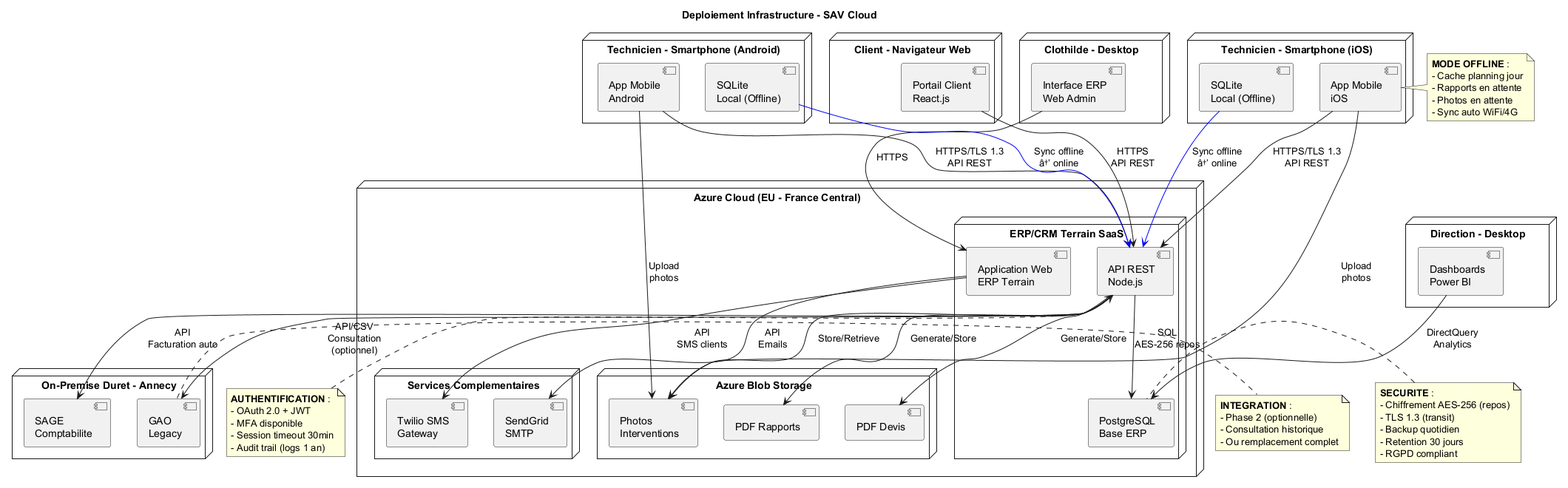
Before: Maintenance-Technique/uml/Deployment_Infrastructure.png, a diagram exported from PlantUML (JordanSerafini/Audit_Duret). Source of this version:
```plantuml
@startuml Deployment_Infrastructure

title Deploiement Infrastructure - SAV Cloud

node "Azure Cloud (EU - France Central)" {

  node "ERP/CRM Terrain SaaS" {
    component [Application Web\nERP Terrain] as ERPApp
    component [API REST\nNode.js] as API
    database [PostgreSQL\nBase ERP] as DBSQL
  }

  node "Azure Blob Storage" {
    storage [Photos\nInterventions] as BlobPhotos
    storage [PDF Rapports] as BlobPDF
    storage [PDF Devis] as BlobDevis
  }

  node "Services Complementaires" {
    component [Twilio SMS\nGateway] as Twilio
    component [SendGrid\nSMTP] as SendGrid
  }
}

node "Technicien - Smartphone (iOS)" {
  component [App Mobile\niOS] as AppIOS
  database [SQLite\nLocal (Offline)] as SQLiteIOS
}

node "Technicien - Smartphone (Android)" {
  component [App Mobile\nAndroid] as AppAndroid
  database [SQLite\nLocal (Offline)] as SQLiteAndroid
}

node "Client - Navigateur Web" {
  component [Portail Client\nReact.js] as PortailBrowser
}

node "Clothilde - Desktop" {
  component [Interface ERP\nWeb Admin] as AdminWeb
}

node "Direction - Desktop" {
  component [Dashboards\nPower BI] as PowerBI
}

node "On-Premise Duret - Annecy" {
  database [GAO\nLegacy] as GAOLegacy
  database [SAGE\nComptabilite] as SAGELegacy
}

AppIOS --> API : HTTPS/TLS 1.3\nAPI REST
AppAndroid --> API : HTTPS/TLS 1.3\nAPI REST
PortailBrowser --> API : HTTPS\nAPI REST
AdminWeb --> ERPApp : HTTPS

AppIOS --> BlobPhotos : Upload\nphotos
AppAndroid --> BlobPhotos : Upload\nphotos

API --> DBSQL : SQL\nAES-256 repos
API --> BlobPhotos : Store/Retrieve
API --> BlobPDF : Generate/Store
API --> BlobDevis : Generate/Store

ERPApp --> Twilio : API\nSMS clients
ERPApp --> SendGrid : API\nEmails

API <--> GAOLegacy : API/CSV\nConsultation\n(optionnel)
API --> SAGELegacy : API\nFacturation auto

SQLiteIOS -[#blue]-> API : Sync offline\nâ†’ online
SQLiteAndroid -[#blue]-> API : Sync offline\nâ†’ online

PowerBI --> DBSQL : DirectQuery\nAnalytics

note right of AppIOS
  **MODE OFFLINE** :
  - Cache planning jour
  - Rapports en attente
  - Photos en attente
  - Sync auto WiFi/4G
end note

note left of DBSQL
  **SECURITE** :
  - Chiffrement AES-256 (repos)
  - TLS 1.3 (transit)
  - Backup quotidien
  - Retention 30 jours
  - RGPD compliant
end note

note bottom of API
  **AUTHENTIFICATION** :
  - OAuth 2.0 + JWT
  - MFA disponible
  - Session timeout 30min
  - Audit trail (logs 1 an)
end note

note right of GAOLegacy
  **INTEGRATION** :
  - Phase 2 (optionnelle)
  - Consultation historique
  - Ou remplacement complet
end note

@enduml
```
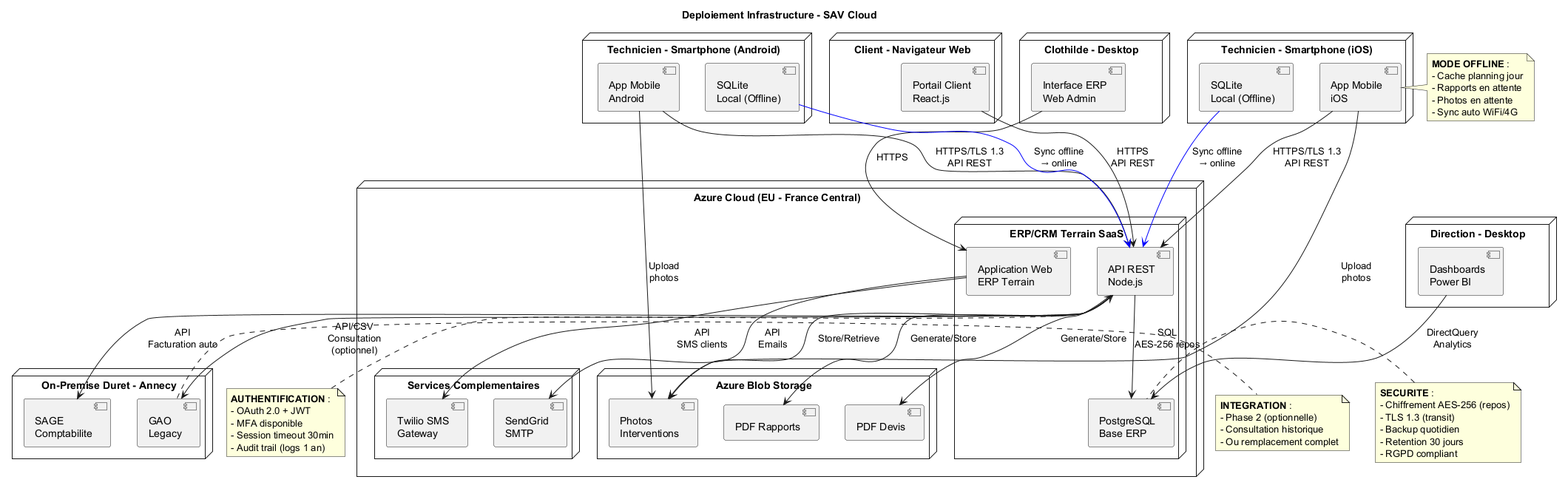
The same diagram one commit later.

Diff of the diagram source:
```diff
@@ -68,8 +68,8 @@
 API <--> GAOLegacy : API/CSV\nConsultation\n(optionnel)
 API --> SAGELegacy : API\nFacturation auto
 
-SQLiteIOS -[#blue]-> API : Sync offline\nâ†’ online
-SQLiteAndroid -[#blue]-> API : Sync offline\nâ†’ online
+SQLiteIOS -[#blue]-> API : Sync offline\n→ online
+SQLiteAndroid -[#blue]-> API : Sync offline\n→ online
 
 PowerBI --> DBSQL : DirectQuery\nAnalytics
 
```
